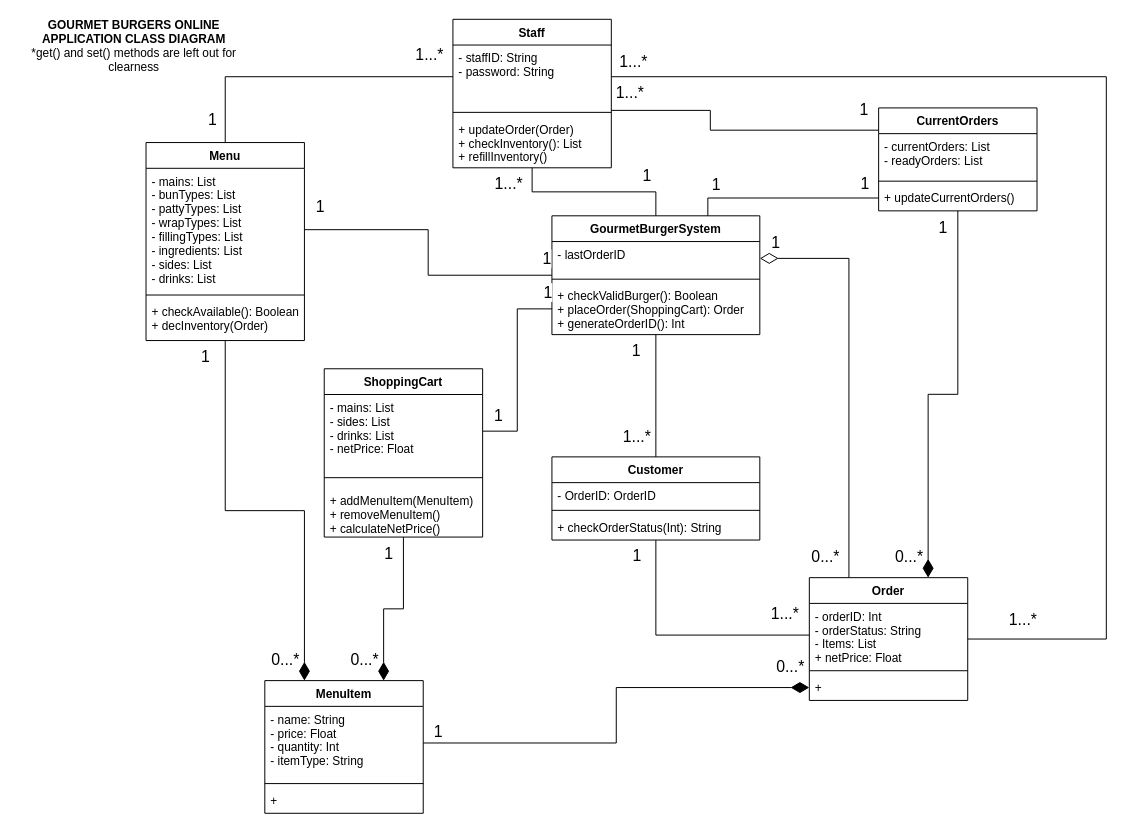
Above: page "Page-1" (1 of 2) of docs/GourmetBurgersClassDiagram.drawio in houdeanie/c1531-Burger-site (draw.io), before the change. Source tidied: cells renumbered, new cells numbered last; positions are measured from the earlier drawing's top-left corner, leaving out a move shared by most shapes. Both pictures are drawn from the tidied source at 99%, with x=0, y=0 at pixel (17, 19).
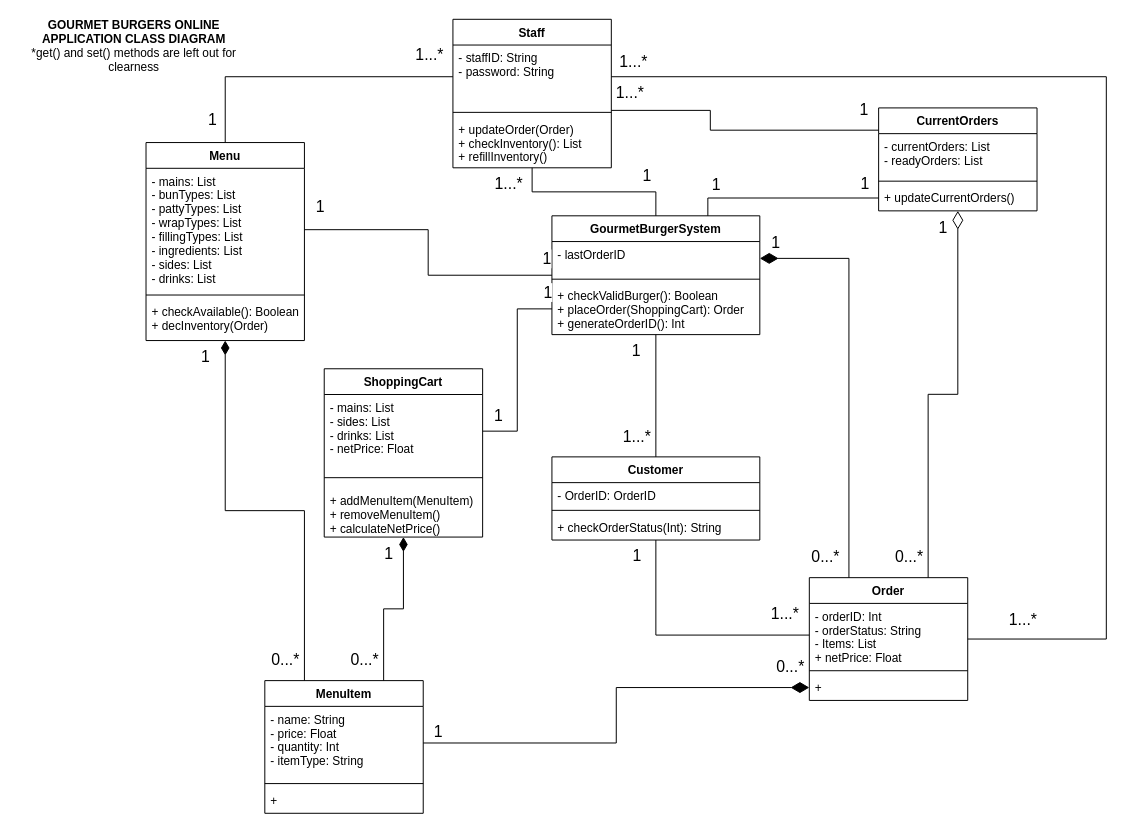
The same page after the edit.

Commit message:
fixed aggregation arrows

Unchanged cells that the change refers to:
```xml
<mxCell id="2" value="Order" style="swimlane;fontStyle=1;align=center;verticalAlign=top;horizontal=1;startSize=26;" parent="1" vertex="1">
  <mxGeometry x="800" y="564" width="160" height="124" as="geometry" />
</mxCell>
<mxCell id="6" value="ShoppingCart" style="swimlane;fontStyle=1;align=center;verticalAlign=top;horizontal=1;startSize=26;" parent="1" vertex="1">
  <mxGeometry x="310" y="353" width="160" height="170" as="geometry" />
</mxCell>
<mxCell id="11" value="- lastOrderID" style="text;strokeColor=none;fillColor=none;align=left;verticalAlign=top;spacingLeft=4;spacingRight=4;overflow=hidden;points=[[0,0.5],[1,0.5]];portConstraint=eastwest;" parent="10" vertex="1">
  <mxGeometry y="26" width="210" height="34" as="geometry" />
</mxCell>
<mxCell id="14" value="CurrentOrders" style="swimlane;fontStyle=1;align=center;verticalAlign=top;horizontal=1;startSize=26;" parent="1" vertex="1">
  <mxGeometry x="870" y="89.5" width="160" height="104" as="geometry" />
</mxCell>
<mxCell id="27" value="MenuItem" style="swimlane;fontStyle=1;align=center;verticalAlign=top;horizontal=1;startSize=26;" parent="1" vertex="1">
  <mxGeometry x="250" y="668" width="160" height="134" as="geometry" />
</mxCell>
<mxCell id="40" value="Menu" style="swimlane;fontStyle=1;align=center;verticalAlign=top;horizontal=1;startSize=26;" parent="1" vertex="1">
  <mxGeometry x="130" y="124.5" width="160" height="200" as="geometry" />
</mxCell>
```

The edit, as a diff of the source:
```diff
@@
-    <mxCell id="50" style="endArrow=none;html=1;endSize=12;startArrow=diamondThin;startSize=16;startFill=1;edgeStyle=orthogonalEdgeStyle;strokeWidth=1;rounded=0;endFill=0;exitX=0.75;exitY=0;exitDx=0;exitDy=0;" parent="1" edge="1" source="27" target="6">
+    <mxCell id="50" style="endArrow=diamondThin;html=1;endSize=12;startArrow=none;startSize=16;startFill=0;edgeStyle=orthogonalEdgeStyle;strokeWidth=1;rounded=0;endFill=1;exitX=0.75;exitY=0;exitDx=0;exitDy=0;" parent="1" edge="1" source="27" target="6">
       <mxGeometry relative="1" as="geometry" />
     </mxCell>
@@
-    <mxCell id="53" style="endArrow=none;html=1;endSize=12;startArrow=diamondThin;startSize=16;startFill=1;edgeStyle=orthogonalEdgeStyle;strokeWidth=1;rounded=0;endFill=0;exitX=0.25;exitY=0;exitDx=0;exitDy=0;" parent="1" edge="1" source="27" target="40">
+    <mxCell id="53" style="endArrow=diamondThin;html=1;endSize=12;startArrow=none;startSize=16;startFill=0;edgeStyle=orthogonalEdgeStyle;strokeWidth=1;rounded=0;endFill=1;exitX=0.25;exitY=0;exitDx=0;exitDy=0;" parent="1" edge="1" source="27" target="40">
       <mxGeometry relative="1" as="geometry" />
     </mxCell>
@@
-    <mxCell id="59" style="endArrow=none;html=1;endSize=12;startArrow=diamondThin;startSize=16;startFill=0;edgeStyle=orthogonalEdgeStyle;strokeWidth=1;rounded=0;endFill=0;exitX=1;exitY=0.5;exitDx=0;exitDy=0;entryX=0.25;entryY=0;entryDx=0;entryDy=0;" parent="1" edge="1" source="11" target="2">
+    <mxCell id="59" style="endArrow=none;html=1;endSize=12;startArrow=diamondThin;startSize=16;startFill=1;edgeStyle=orthogonalEdgeStyle;strokeWidth=1;rounded=0;endFill=0;exitX=1;exitY=0.5;exitDx=0;exitDy=0;entryX=0.25;entryY=0;entryDx=0;entryDy=0;" parent="1" edge="1" source="11" target="2">
       <mxGeometry relative="1" as="geometry" />
     </mxCell>
@@
-    <mxCell id="74" style="endArrow=none;html=1;endSize=12;startArrow=diamondThin;startSize=16;startFill=1;edgeStyle=orthogonalEdgeStyle;strokeWidth=1;rounded=0;endFill=0;exitX=0.75;exitY=0;exitDx=0;exitDy=0;" parent="1" edge="1" source="2" target="14">
+    <mxCell id="74" style="endArrow=diamondThin;html=1;endSize=16;startArrow=none;startSize=16;startFill=0;edgeStyle=orthogonalEdgeStyle;strokeWidth=1;rounded=0;endFill=0;exitX=0.75;exitY=0;exitDx=0;exitDy=0;" parent="1" edge="1" source="2" target="14">
       <mxGeometry relative="1" as="geometry" />
     </mxCell>
```
